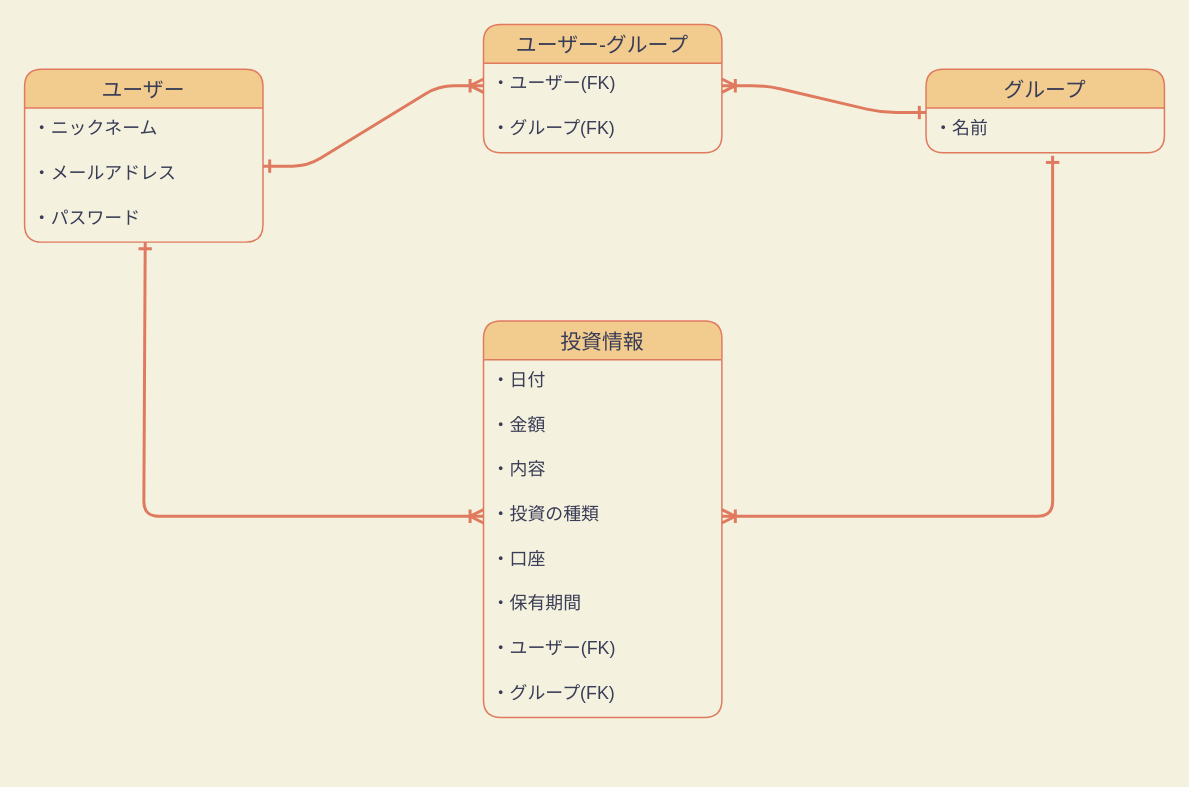
Before: table-design.dio in kamahiro0413/invest-manage, a draw.io diagram. Source tidied: cells renumbered, new cells numbered last; positions are measured from the earlier drawing's top-left corner, leaving out a move shared by most shapes. Both pictures are drawn from the tidied source at 149%, with x=0, y=0 at pixel (24, 24).
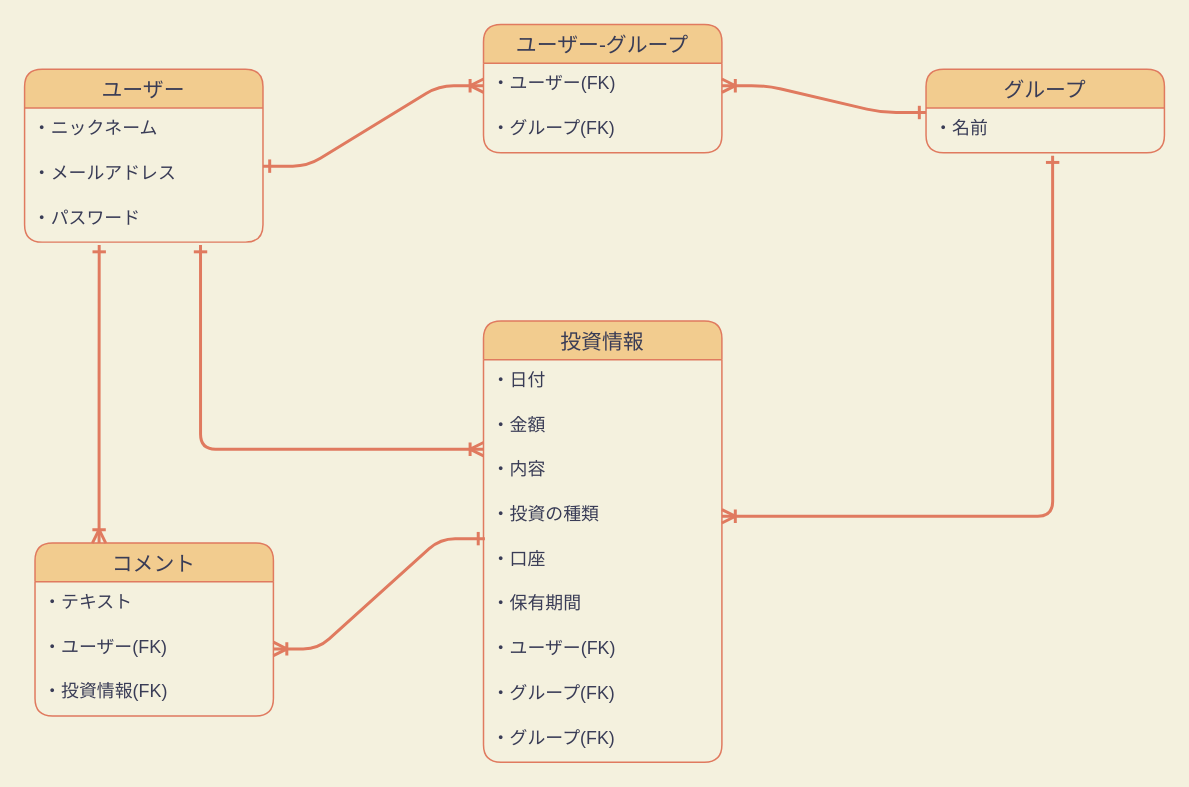
After the change.

Unchanged cells that the change refers to:
```xml
<mxCell id="5" value="・パスワード" style="text;strokeColor=none;fillColor=none;spacingLeft=4;spacingRight=4;overflow=hidden;points=[[0,0.5],[1,0.5]];portConstraint=eastwest;fontSize=12;fontColor=#393C56;" parent="2" vertex="1">
  <mxGeometry y="86" width="160" height="30" as="geometry" />
</mxCell>
<mxCell id="15" value="・投資の種類" style="text;strokeColor=none;fillColor=none;spacingLeft=4;spacingRight=4;overflow=hidden;points=[[0,0.5],[1,0.5]];portConstraint=eastwest;fontSize=12;fontColor=#393C56;align=left;" parent="11" vertex="1">
  <mxGeometry y="116" width="160" height="30" as="geometry" />
</mxCell>
<mxCell id="16" value="・口座" style="text;strokeColor=none;fillColor=none;spacingLeft=4;spacingRight=4;overflow=hidden;points=[[0,0.5],[1,0.5]];portConstraint=eastwest;fontSize=12;fontColor=#393C56;align=left;" parent="11" vertex="1">
  <mxGeometry y="146" width="160" height="30" as="geometry" />
</mxCell>
```

Change to the diagram source:
```diff
@@
     <mxCell id="11" value="投資情報" style="swimlane;fontStyle=0;horizontal=1;startSize=26;align=center;fontSize=14;rounded=1;shadow=0;strokeColor=#E07A5F;fontColor=#393C56;labelBackgroundColor=none;fillColor=#F2CC8F;" parent="1" vertex="1">
-      <mxGeometry x="308" y="199" width="160" height="266" as="geometry" />
+      <mxGeometry x="308" y="199" width="160" height="296" as="geometry" />
     </mxCell>
@@
+    <mxCell id="24" value="・グループ(FK)" style="text;strokeColor=none;fillColor=none;spacingLeft=4;spacingRight=4;overflow=hidden;fontSize=12;fontColor=#393C56;align=left;" parent="11" vertex="1">
+      <mxGeometry y="236" width="160" height="30" as="geometry" />
+    </mxCell>
     <mxCell id="19" value="・グループ(FK)" style="text;strokeColor=none;fillColor=none;spacingLeft=4;spacingRight=4;overflow=hidden;fontSize=12;fontColor=#393C56;align=left;" parent="11" vertex="1">
-      <mxGeometry y="236" width="160" height="30" as="geometry" />
+      <mxGeometry y="266" width="160" height="30" as="geometry" />
     </mxCell>
@@
-    <mxCell id="22" style="edgeStyle=orthogonalEdgeStyle;fontSize=12;html=1;endArrow=ERoneToMany;strokeColor=#E07A5F;strokeWidth=2;fillColor=#F2CC8F;entryX=0;entryY=0.5;entryDx=0;entryDy=0;exitX=0.506;exitY=1;exitDx=0;exitDy=0;exitPerimeter=0;startArrow=ERone;startFill=0;" parent="1" edge="1" source="5" target="15">
+    <mxCell id="22" style="edgeStyle=orthogonalEdgeStyle;fontSize=12;html=1;endArrow=ERoneToMany;strokeWidth=2;fillColor=#F2CC8F;startArrow=ERone;startFill=0;strokeColor=#E07A5F;exitX=0.738;exitY=1.067;exitDx=0;exitDy=0;exitPerimeter=0;" parent="1" edge="1" source="5">
       <mxGeometry relative="1" as="geometry">
+        <mxPoint x="308" y="285" as="targetPoint" />
         <Array as="points">
-          <mxPoint x="80" y="330" />
+          <mxPoint x="118" y="285" />
         </Array>
       </mxGeometry>
     </mxCell>
@@
+    <mxCell id="25" value="コメント" style="swimlane;fontStyle=0;horizontal=1;startSize=26;align=center;fontSize=14;rounded=1;shadow=0;strokeColor=#E07A5F;fontColor=#393C56;labelBackgroundColor=none;fillColor=#F2CC8F;" parent="1" vertex="1">
+      <mxGeometry x="7" y="348" width="160" height="116" as="geometry" />
+    </mxCell>
+    <mxCell id="26" value="・テキスト" style="text;strokeColor=none;fillColor=none;spacingLeft=4;spacingRight=4;overflow=hidden;fontSize=12;fontColor=#393C56;align=left;" parent="25" vertex="1">
+      <mxGeometry y="26" width="160" height="30" as="geometry" />
+    </mxCell>
+    <mxCell id="27" value="・ユーザー(FK)" style="text;strokeColor=none;fillColor=none;spacingLeft=4;spacingRight=4;overflow=hidden;points=[[0,0.5],[1,0.5]];portConstraint=eastwest;fontSize=12;fontColor=#393C56;" parent="25" vertex="1">
+      <mxGeometry y="56" width="160" height="30" as="geometry" />
+    </mxCell>
+    <mxCell id="28" value="・投資情報(FK)" style="text;strokeColor=none;fillColor=none;spacingLeft=4;spacingRight=4;overflow=hidden;fontSize=12;fontColor=#393C56;" parent="25" vertex="1">
+      <mxGeometry y="86" width="160" height="30" as="geometry" />
+    </mxCell>
+    <mxCell id="29" style="fontSize=12;html=1;endArrow=ERone;fillColor=#e51400;strokeColor=#E07A5F;entryX=0.313;entryY=1.067;entryDx=0;entryDy=0;entryPerimeter=0;strokeWidth=2;startArrow=ERoneToMany;startFill=0;endFill=0;" parent="1" edge="1" target="5">
+      <mxGeometry relative="1" as="geometry">
+        <mxPoint x="50" y="348" as="sourcePoint" />
+        <Array as="points">
+          <mxPoint x="50" y="248" />
+        </Array>
+      </mxGeometry>
+    </mxCell>
+    <mxCell id="30" style="edgeStyle=entityRelationEdgeStyle;fontSize=12;html=1;endArrow=ERone;entryX=0.006;entryY=0;entryDx=0;entryDy=0;entryPerimeter=0;fillColor=#fa6800;strokeWidth=2;strokeColor=#E07A5F;exitX=1;exitY=0.5;exitDx=0;exitDy=0;endFill=0;startArrow=ERoneToMany;startFill=0;" parent="1" edge="1" source="27" target="16">
+      <mxGeometry relative="1" as="geometry" />
+    </mxCell>
```
